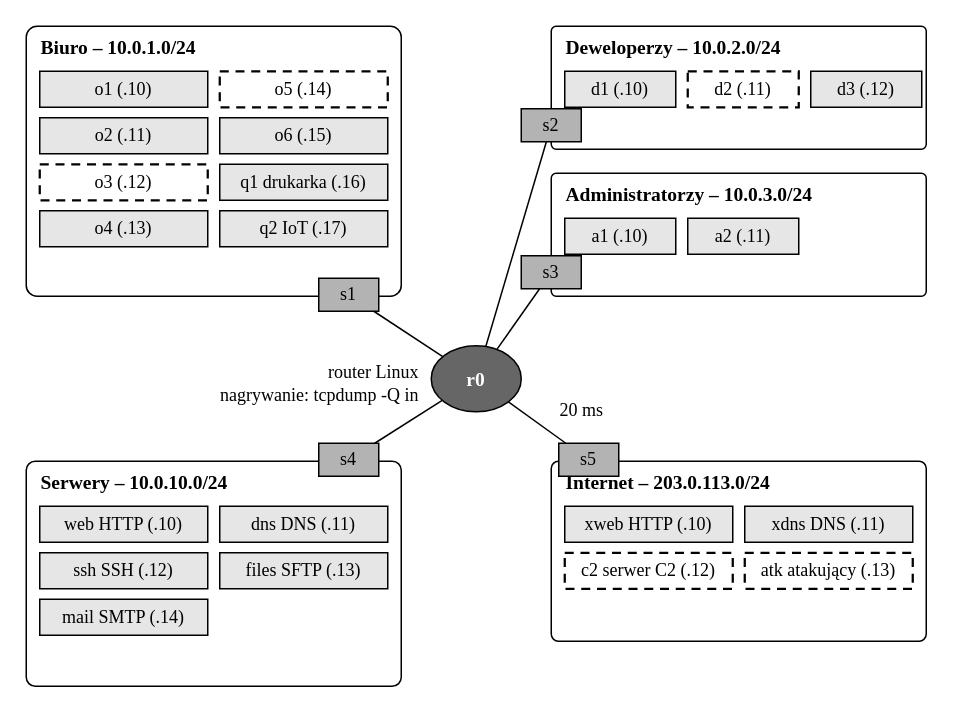
NBochenek21/Monitoring-Anomali-Sieciowych keeps this draw.io diagram as praca/rysunki/zrodla/topologia.drawio. Above is the earlier version. Source tidied: cells renumbered, new cells numbered last; positions are measured from the earlier drawing's top-left corner, leaving out a move shared by most shapes. Both pictures are drawn from the tidied source at 150%, with x=0, y=0 at pixel (26, 26).
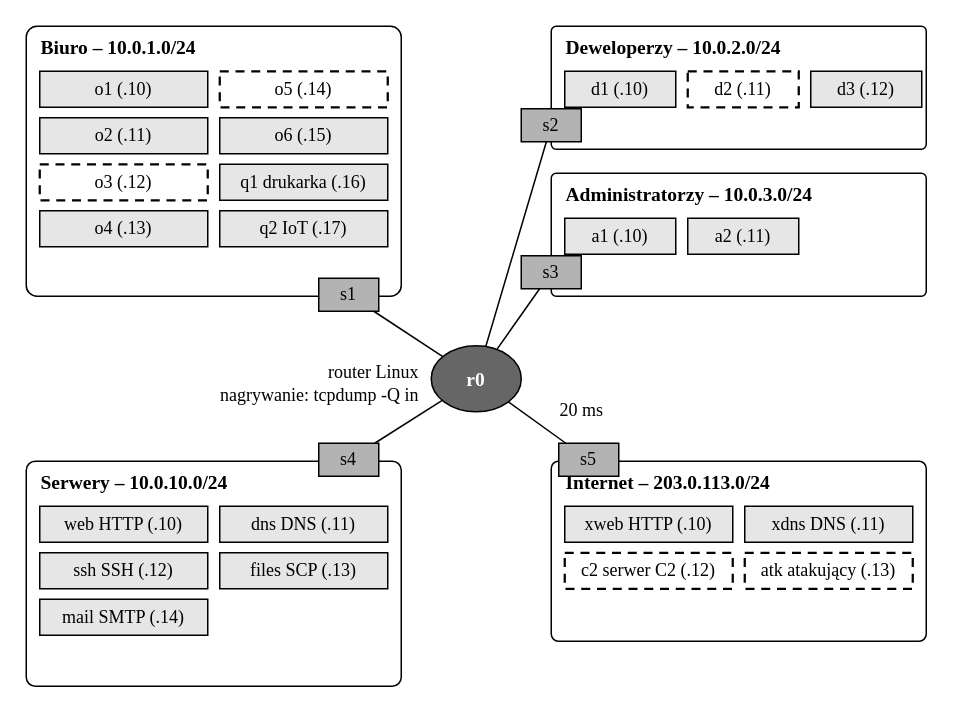
Above is the later version.

What changed in the source:
```diff
@@
-    <mxCell id="35" value="files SFTP (.13)" style="rounded=0;whiteSpace=wrap;html=1;fillColor=#E6E6E6;strokeColor=#000000;strokeWidth=1;fontSize=12;fontFamily=Times New Roman;fontColor=#000000;" parent="1" vertex="1">
+    <mxCell id="35" value="files SCP (.13)" style="rounded=0;whiteSpace=wrap;html=1;fillColor=#E6E6E6;strokeColor=#000000;strokeWidth=1;fontSize=12;fontFamily=Times New Roman;fontColor=#000000;" parent="1" vertex="1">
       <mxGeometry x="129" y="351" width="112" height="24" as="geometry" />
     </mxCell>
```
